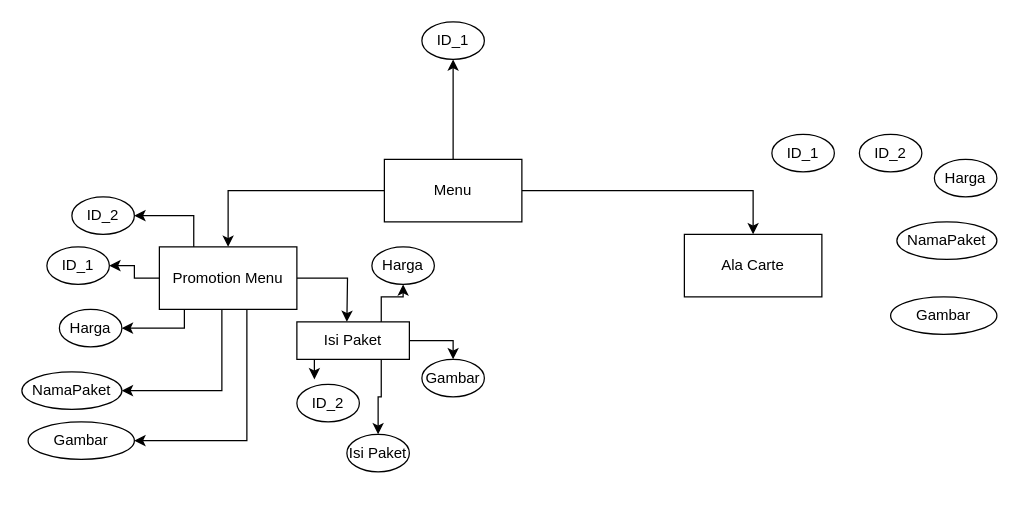
Earlier version of the draw.io diagram Untitled Diagram.drawio (ameliaetsa/ameliakiw). Source tidied: cells renumbered, new cells numbered last; positions are measured from the earlier drawing's top-left corner, leaving out a move shared by most shapes. Both pictures are drawn from the tidied source at 125%, with x=0, y=0 at pixel (21, 21).
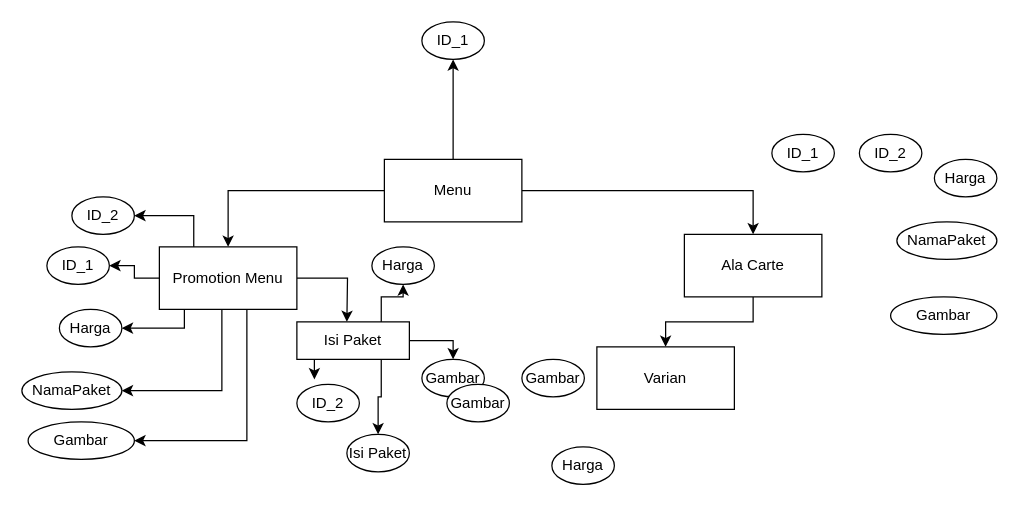
Above is the later version.

The change refers to these unchanged cells:
```xml
<mxCell id="13" value="Ala Carte" style="rounded=0;whiteSpace=wrap;html=1;" parent="1" vertex="1">
  <mxGeometry x="530" y="170" width="110" height="50" as="geometry" />
</mxCell>
```

Change to the diagram source:
```diff
@@
+    <mxCell id="34" style="edgeStyle=orthogonalEdgeStyle;rounded=0;jettySize=auto;html=1;exitX=0.5;exitY=1;exitDx=0;exitDy=0;entryX=0.5;entryY=0;entryDx=0;entryDy=0;" parent="1" edge="1" source="13" target="35">
+      <mxGeometry relative="1" as="geometry" />
+    </mxCell>
@@
+    <mxCell id="35" value="Varian" style="rounded=0;whiteSpace=wrap;html=1;" parent="1" vertex="1">
+      <mxGeometry x="460" y="260" width="110" height="50" as="geometry" />
+    </mxCell>
+    <mxCell id="36" value="Harga" style="ellipse;whiteSpace=wrap;html=1;" parent="1" vertex="1">
+      <mxGeometry x="424" y="340" width="50" height="30" as="geometry" />
+    </mxCell>
+    <mxCell id="37" value="Gambar" style="ellipse;whiteSpace=wrap;html=1;" parent="1" vertex="1">
+      <mxGeometry x="400" y="270" width="50" height="30" as="geometry" />
+    </mxCell>
+    <mxCell id="38" value="Gambar" style="ellipse;whiteSpace=wrap;html=1;" parent="1" vertex="1">
+      <mxGeometry x="340" y="290" width="50" height="30" as="geometry" />
+    </mxCell>
```
